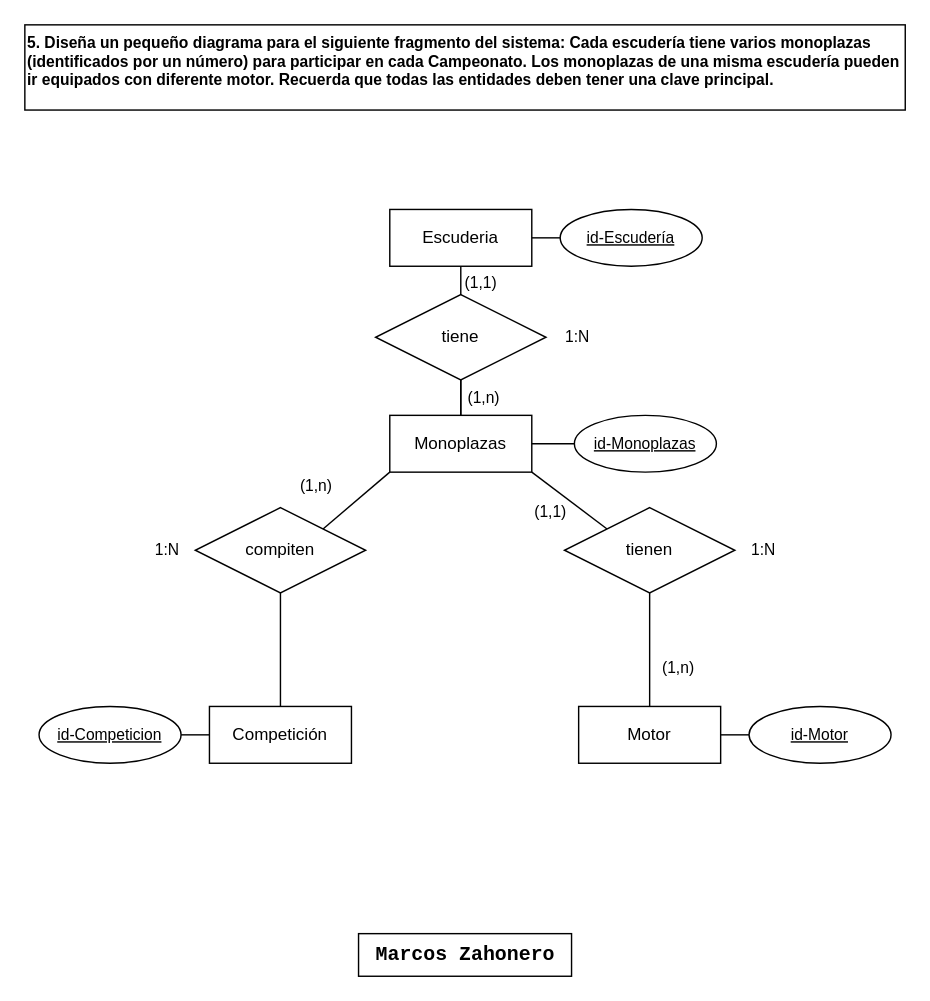
Earlier version of the draw.io diagram page "Actividad 5" (5 of 6) of ExtraEER_MarcosZahonero.drawio (Maek0s/1DAM_Databases). Source tidied: cells renumbered, new cells numbered last; positions are measured from the earlier drawing's top-left corner, leaving out a move shared by most shapes. Both pictures are drawn from the tidied source at 142%, with x=0, y=0 at pixel (24, 24).
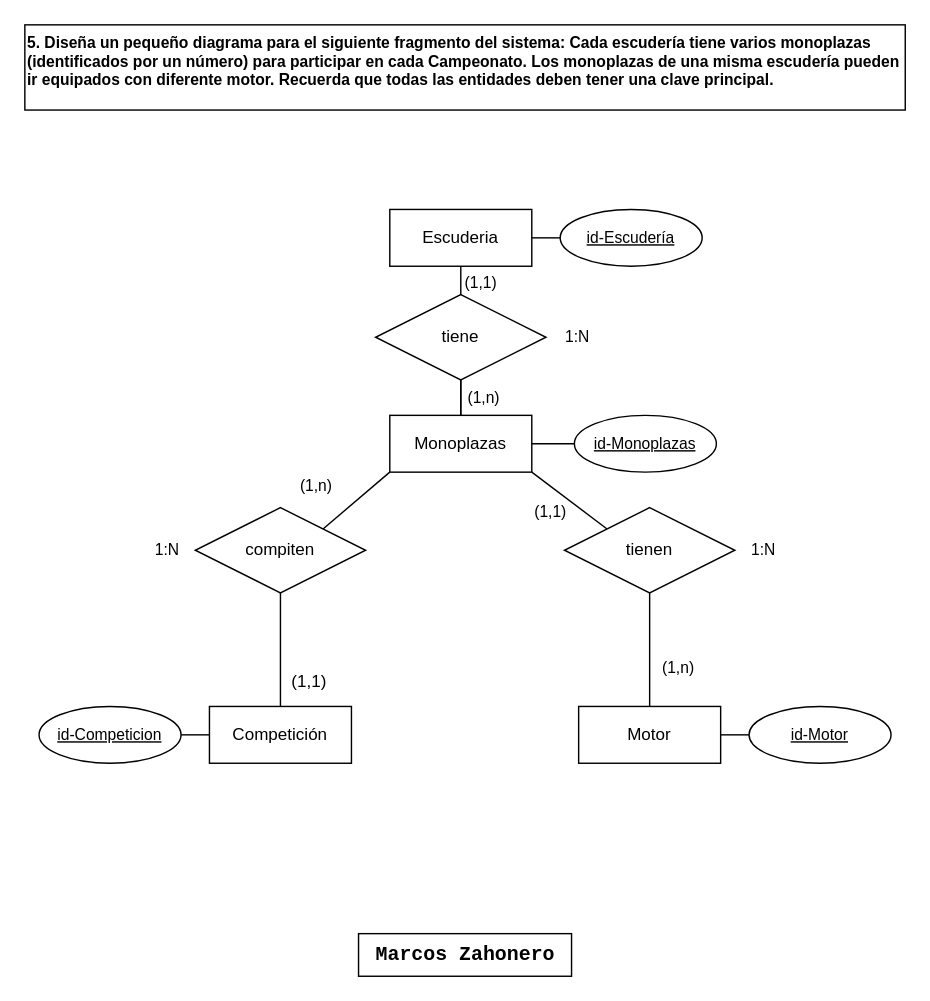
After the change.

Change to the diagram source:
```diff
@@
+    <mxCell id="33" value="(1,1)" style="text;html=1;align=center;verticalAlign=middle;strokeColor=none;fillColor=none;" parent="1" vertex="1">
+      <mxGeometry x="175" y="448" width="50" height="30" as="geometry" />
+    </mxCell>
```
